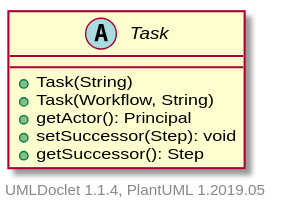
Earlier version of the PlantUML export apidocs/2.11.0.M7-SNAPSHOT/org/apache/wiki/workflow/Task.svg (apache/jspwiki-site). Source of this version:
```plantuml
@startuml

    abstract class Task [[Task.html]] {
        +Task(String)
        +Task(Workflow, String)
        +getActor(): Principal
        +setSuccessor(Step): void
        +getSuccessor(): Step
    }


    center footer UMLDoclet 1.1.4, PlantUML 1.2019.05
@enduml
```
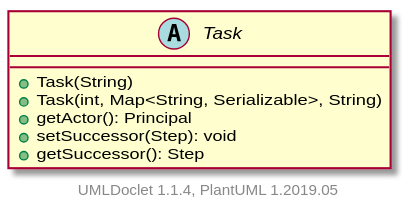
Later version of the same file.

What changed in the source:
```diff
@@ -2,7 +2,7 @@
 
     abstract class Task [[Task.html]] {
         +Task(String)
-        +Task(Workflow, String)
+        +Task(int, Map<String, Serializable>, String)
         +getActor(): Principal
         +setSuccessor(Step): void
         +getSuccessor(): Step
```
